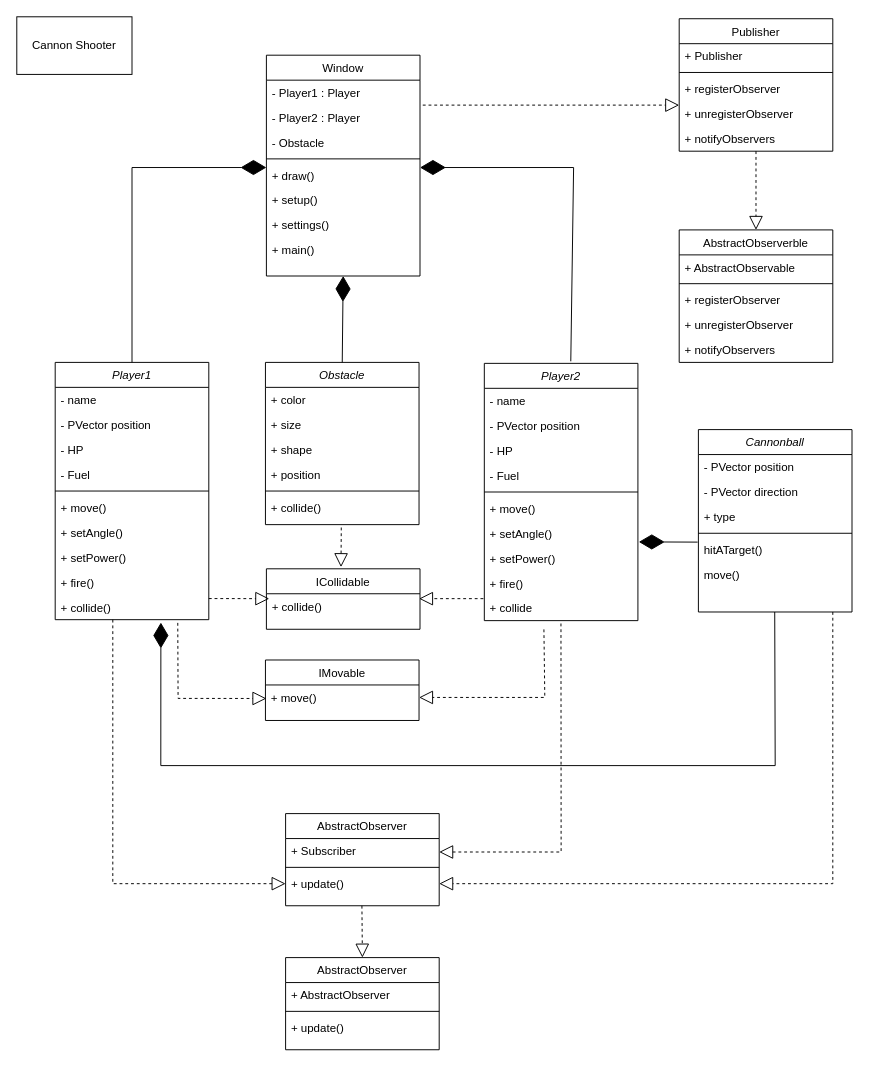
TaylorJi/tay_nash_gunbound2 keeps this draw.io diagram as Concept/UML.drawio. Above is the earlier version. Source tidied: cells renumbered, new cells numbered last; positions are measured from the earlier drawing's top-left corner, leaving out a move shared by most shapes. Both pictures are drawn from the tidied source at 96%, with x=0, y=0 at pixel (16, 16).
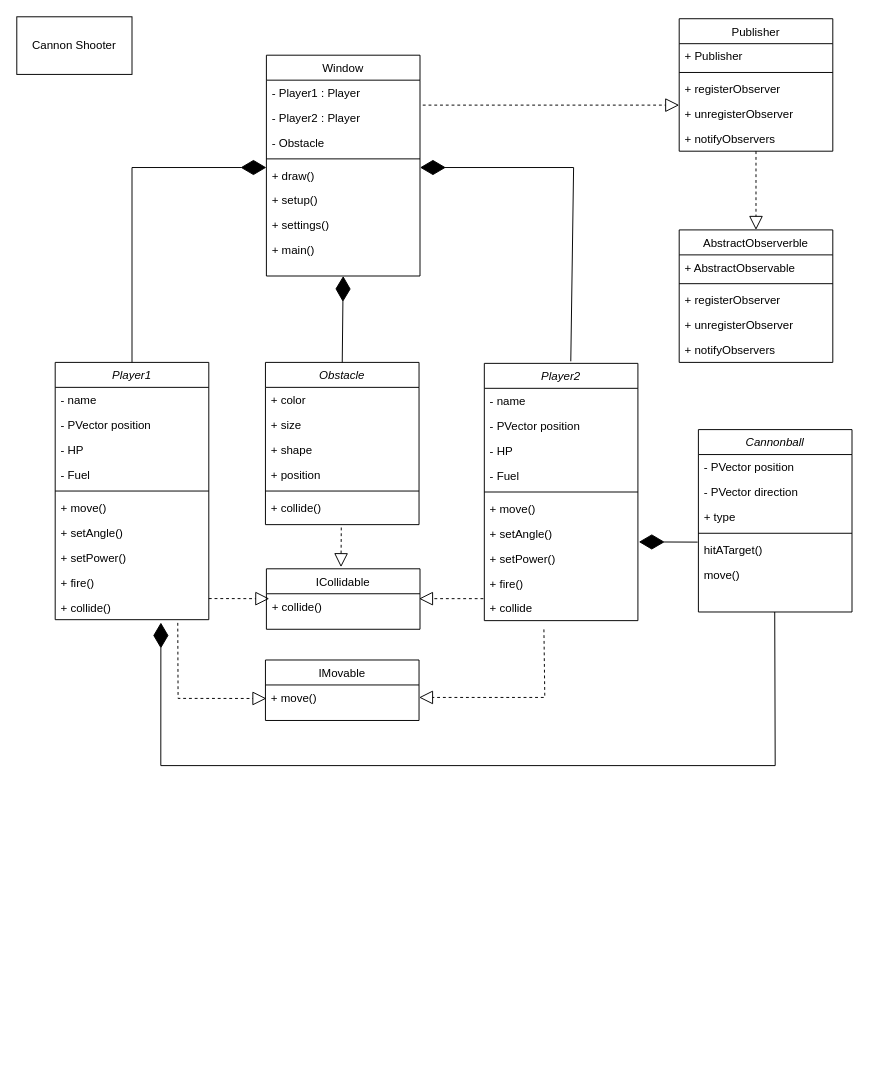
Above is the later version.

The change refers to these unchanged cells:
```xml
<mxCell id="51" value="+ collide" style="text;align=left;verticalAlign=top;spacingLeft=4;spacingRight=4;overflow=hidden;points=[[0,0.5],[1,0.5]];portConstraint=eastwest;" parent="41" vertex="1">
  <mxGeometry y="242" width="160" height="26" as="geometry" />
</mxCell>
```

What changed in the source:
```diff
@@
-    <mxCell id="37" value="AbstractObserver" style="swimlane;fontStyle=0;align=center;verticalAlign=top;horizontal=1;startSize=26;rounded=0;shadow=0;strokeWidth=1;" parent="1" vertex="1">
-      <mxGeometry x="280" y="830" width="160" height="96" as="geometry" />
-    </mxCell>
-    <mxCell id="38" value="+ Subscriber" style="text;align=left;verticalAlign=top;spacingLeft=4;spacingRight=4;overflow=hidden;" parent="37" vertex="1">
-      <mxGeometry y="26" width="160" height="26" as="geometry" />
-    </mxCell>
-    <mxCell id="39" style="line;html=1;strokeWidth=1;align=left;verticalAlign=middle;spacingTop=-1;spacingLeft=3;spacingRight=3;labelPosition=right;" parent="37" vertex="1">
-      <mxGeometry y="52" width="160" height="8" as="geometry" />
-    </mxCell>
-    <mxCell id="40" value="+ update()" style="text;align=left;verticalAlign=top;spacingLeft=4;spacingRight=4;overflow=hidden;points=[[0,0.5],[1,0.5]];portConstraint=eastwest;" parent="37" vertex="1">
-      <mxGeometry y="60" width="160" height="26" as="geometry" />
-    </mxCell>
@@
-    <mxCell id="59" value="AbstractObserver" style="swimlane;fontStyle=0;align=center;verticalAlign=top;horizontal=1;startSize=26;rounded=0;shadow=0;strokeWidth=1;" parent="1" vertex="1">
-      <mxGeometry x="280" y="980" width="160" height="96" as="geometry" />
-    </mxCell>
-    <mxCell id="60" value="+ AbstractObserver" style="text;align=left;verticalAlign=top;spacingLeft=4;spacingRight=4;overflow=hidden;" parent="59" vertex="1">
-      <mxGeometry y="26" width="160" height="26" as="geometry" />
-    </mxCell>
-    <mxCell id="61" style="line;html=1;strokeWidth=1;align=left;verticalAlign=middle;spacingTop=-1;spacingLeft=3;spacingRight=3;labelPosition=right;" parent="59" vertex="1">
-      <mxGeometry y="52" width="160" height="8" as="geometry" />
-    </mxCell>
-    <mxCell id="62" value="+ update()" style="text;align=left;verticalAlign=top;spacingLeft=4;spacingRight=4;overflow=hidden;" parent="59" vertex="1">
-      <mxGeometry y="60" width="160" height="26" as="geometry" />
-    </mxCell>
@@
-    <mxCell id="83" style="endArrow=block;dashed=1;endFill=0;endSize=12;html=1;rounded=0;" parent="1" edge="1">
-      <mxGeometry relative="1" as="geometry">
-        <mxPoint x="359.5" y="926" as="sourcePoint" />
-        <mxPoint x="360" y="980" as="targetPoint" />
-      </mxGeometry>
-    </mxCell>
-    <mxCell id="84" style="endArrow=block;dashed=1;endFill=0;endSize=12;html=1;rounded=0;entryX=0;entryY=0.5;entryDx=0;entryDy=0;" parent="1" edge="1" target="40">
-      <mxGeometry relative="1" as="geometry">
-        <mxPoint x="100" y="628" as="sourcePoint" />
-        <Array as="points">
-          <mxPoint x="100" y="903" />
-        </Array>
-      </mxGeometry>
-    </mxCell>
-    <mxCell id="85" style="endArrow=block;dashed=1;endFill=0;endSize=12;html=1;rounded=0;entryX=1;entryY=0.5;entryDx=0;entryDy=0;" parent="1" edge="1" target="40">
-      <mxGeometry relative="1" as="geometry">
-        <mxPoint x="850" y="620" as="sourcePoint" />
-        <Array as="points">
-          <mxPoint x="850" y="903" />
-        </Array>
-      </mxGeometry>
-    </mxCell>
-    <mxCell id="86" style="endArrow=block;dashed=1;endFill=0;endSize=12;html=1;rounded=0;exitX=0.499;exitY=1.115;exitDx=0;exitDy=0;exitPerimeter=0;" parent="1" edge="1" source="51">
-      <mxGeometry relative="1" as="geometry">
-        <mxPoint x="440" y="870" as="targetPoint" />
-        <Array as="points">
-          <mxPoint x="567" y="870" />
-        </Array>
-      </mxGeometry>
-    </mxCell>
```
